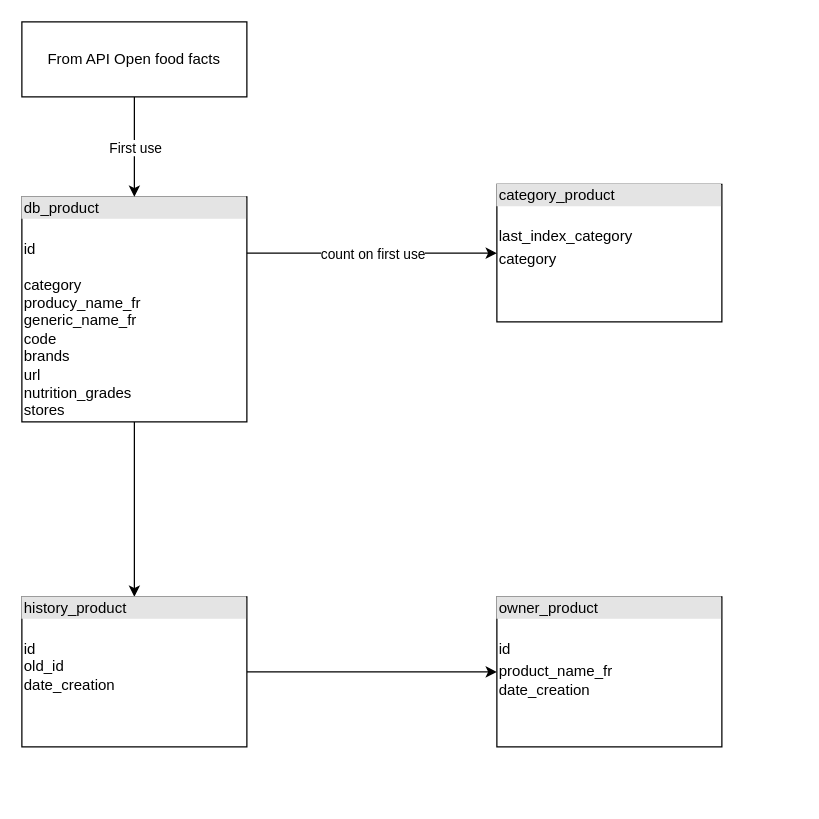
Above: page "Database design" (1 of 2) of db_diagram.drawio in Talanoc/ratatouille (draw.io), before the change. Source tidied: cells renumbered, new cells numbered last; positions are measured from the earlier drawing's top-left corner, leaving out a move shared by most shapes. Both pictures are drawn from the tidied source at 125%, with x=0, y=0 at pixel (21, 21).
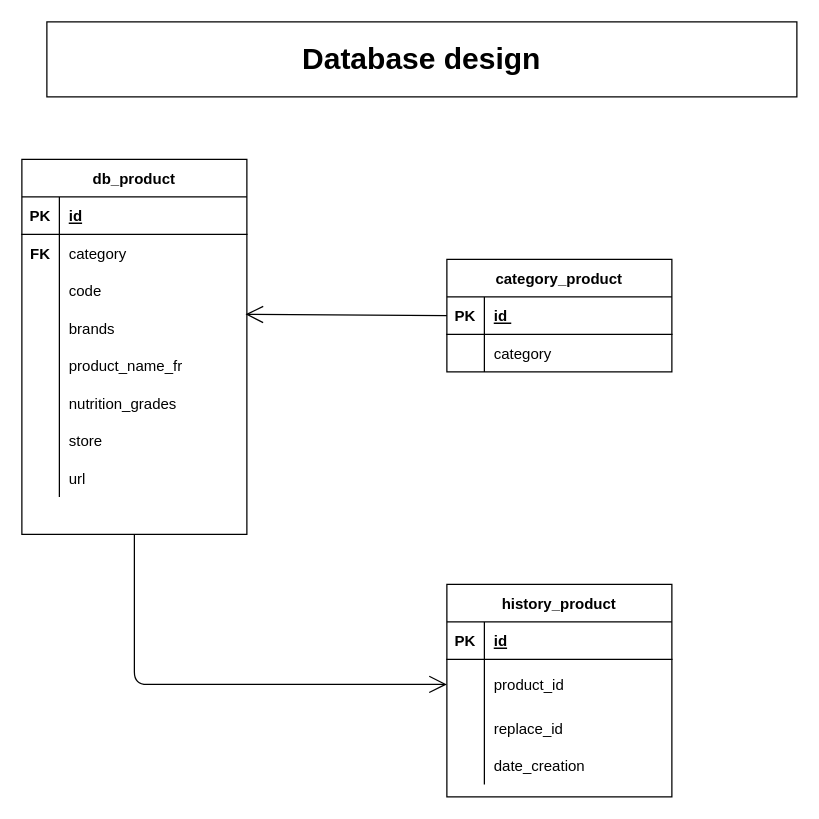
Above is the later version.

Diff of the diagram source:
```diff
@@
-    <mxCell id="2" style="edgeStyle=orthogonalEdgeStyle;rounded=0;jettySize=auto;html=1;exitX=0.5;exitY=1;exitDx=0;exitDy=0;" parent="1" edge="1" source="3" target="5">
-      <mxGeometry relative="1" as="geometry" />
-    </mxCell>
-    <mxCell id="3" value="&lt;div style=&quot;box-sizing: border-box ; width: 100% ; background: #e4e4e4 ; padding: 2px&quot;&gt;db_product&lt;/div&gt;&lt;table style=&quot;width: 100% ; font-size: 1em&quot; cellpadding=&quot;2&quot; cellspacing=&quot;0&quot;&gt;&lt;tbody&gt;&lt;tr&gt;&lt;td&gt;&lt;br&gt;id&lt;br&gt;&lt;br&gt;category&lt;br&gt;producy_name_fr&lt;br&gt;generic_name_fr&lt;br&gt;code&lt;br&gt;brands&lt;br&gt;url&lt;br&gt;nutrition_grades&lt;br&gt;stores&lt;br&gt;&lt;br&gt;&lt;/td&gt;&lt;td&gt;&lt;br&gt;&lt;/td&gt;&lt;/tr&gt;&lt;tr&gt;&lt;td&gt;&lt;br&gt;&lt;/td&gt;&lt;td&gt;&lt;br&gt;&lt;/td&gt;&lt;/tr&gt;&lt;tr&gt;&lt;td&gt;&lt;/td&gt;&lt;td&gt;&lt;br&gt;&lt;/td&gt;&lt;/tr&gt;&lt;/tbody&gt;&lt;/table&gt;" style="verticalAlign=top;align=left;overflow=fill;html=1;" parent="1" vertex="1">
-      <mxGeometry y="140" width="180" height="180" as="geometry" />
-    </mxCell>
-    <mxCell id="4" style="edgeStyle=orthogonalEdgeStyle;rounded=0;jettySize=auto;html=1;exitX=1;exitY=0.5;exitDx=0;exitDy=0;" parent="1" edge="1" source="5" target="7">
-      <mxGeometry relative="1" as="geometry" />
-    </mxCell>
-    <mxCell id="5" value="&lt;div style=&quot;box-sizing: border-box ; width: 100% ; background: #e4e4e4 ; padding: 2px&quot;&gt;history_product&lt;/div&gt;&lt;table style=&quot;width: 100% ; font-size: 1em&quot; cellpadding=&quot;2&quot; cellspacing=&quot;0&quot;&gt;&lt;tbody&gt;&lt;tr&gt;&lt;td&gt;&lt;br&gt;id&lt;br&gt;old_id&lt;br&gt;date_creation&lt;br&gt;&lt;br&gt;&lt;br&gt;&lt;br&gt;&lt;/td&gt;&lt;td&gt;&lt;br&gt;&lt;/td&gt;&lt;/tr&gt;&lt;tr&gt;&lt;td&gt;&lt;br&gt;&lt;/td&gt;&lt;td&gt;&lt;br&gt;&lt;/td&gt;&lt;/tr&gt;&lt;tr&gt;&lt;td&gt;&lt;/td&gt;&lt;td&gt;&lt;br&gt;&lt;/td&gt;&lt;/tr&gt;&lt;/tbody&gt;&lt;/table&gt;" style="verticalAlign=top;align=left;overflow=fill;html=1;" parent="1" vertex="1">
-      <mxGeometry y="460" width="180" height="120" as="geometry" />
-    </mxCell>
-    <mxCell id="6" value="&lt;div style=&quot;box-sizing: border-box ; width: 100% ; background: #e4e4e4 ; padding: 2px&quot;&gt;category_product&lt;/div&gt;&lt;table style=&quot;width: 100% ; font-size: 1em&quot; cellpadding=&quot;2&quot; cellspacing=&quot;0&quot;&gt;&lt;tbody&gt;&lt;tr&gt;&lt;td&gt;&lt;br&gt;last_index_category&lt;/td&gt;&lt;td&gt;&lt;br&gt;&lt;/td&gt;&lt;/tr&gt;&lt;tr&gt;&lt;td&gt;category&lt;br&gt;&lt;/td&gt;&lt;td&gt;&lt;/td&gt;&lt;/tr&gt;&lt;tr&gt;&lt;td&gt;&lt;br&gt;&lt;/td&gt;&lt;td&gt;&lt;/td&gt;&lt;/tr&gt;&lt;/tbody&gt;&lt;/table&gt;" style="verticalAlign=top;align=left;overflow=fill;html=1;" parent="1" vertex="1">
-      <mxGeometry x="380" y="130" width="180" height="110" as="geometry" />
-    </mxCell>
-    <mxCell id="7" value="&lt;div style=&quot;box-sizing: border-box ; width: 100% ; background: #e4e4e4 ; padding: 2px&quot;&gt;owner_product&lt;/div&gt;&lt;table style=&quot;width: 100% ; font-size: 1em&quot; cellpadding=&quot;2&quot; cellspacing=&quot;0&quot;&gt;&lt;tbody&gt;&lt;tr&gt;&lt;td&gt;&lt;br&gt;id&lt;br&gt;&lt;/td&gt;&lt;td&gt;&lt;br&gt;&lt;/td&gt;&lt;/tr&gt;&lt;tr&gt;&lt;td&gt;product_name_fr&lt;br&gt;date_creation&lt;br&gt;&lt;br&gt;&lt;/td&gt;&lt;td&gt;&lt;/td&gt;&lt;/tr&gt;&lt;tr&gt;&lt;td&gt;&lt;br&gt;&lt;/td&gt;&lt;td&gt;&lt;/td&gt;&lt;/tr&gt;&lt;/tbody&gt;&lt;/table&gt;" style="verticalAlign=top;align=left;overflow=fill;html=1;" parent="1" vertex="1">
-      <mxGeometry x="380" y="460" width="180" height="120" as="geometry" />
-    </mxCell>
-    <mxCell id="8" value="From API Open food facts" style="rounded=0;whiteSpace=wrap;html=1;" parent="1" vertex="1">
-      <mxGeometry width="180" height="60" as="geometry" />
-    </mxCell>
-    <mxCell id="9" style="endArrow=classic;html=1;exitX=0.5;exitY=1;exitDx=0;exitDy=0;entryX=0.5;entryY=0;entryDx=0;entryDy=0;" parent="1" edge="1" source="8" target="3">
-      <mxGeometry relative="1" as="geometry" />
-    </mxCell>
-    <mxCell id="10" value="First use" style="edgeLabel;html=1;align=center;verticalAlign=middle;" parent="9" vertex="1">
-      <mxGeometry relative="1" as="geometry" />
-    </mxCell>
-    <mxCell id="11" style="endArrow=classic;html=1;exitX=1;exitY=0.25;exitDx=0;exitDy=0;entryX=0;entryY=0.5;entryDx=0;entryDy=0;" parent="1" edge="1" source="3" target="6">
-      <mxGeometry relative="1" as="geometry" />
-    </mxCell>
-    <mxCell id="12" value="count on first use" style="edgeLabel;html=1;align=center;verticalAlign=middle;" parent="11" vertex="1">
-      <mxGeometry relative="1" as="geometry" />
-    </mxCell>
+    <mxCell id="13" value="db_product" style="shape=table;startSize=30;childLayout=tableLayout;rowLines=0;fontStyle=1;align=center;" parent="1" vertex="1">
+      <mxGeometry y="110" width="180" height="300" as="geometry" />
+    </mxCell>
+    <mxCell id="14" style="shape=partialRectangle;fillColor=none;top=0;left=0;bottom=1;right=0;" parent="13" vertex="1">
+      <mxGeometry y="30" width="180" height="30" as="geometry" />
+    </mxCell>
+    <mxCell id="15" value="PK" style="shape=partialRectangle;fillColor=none;top=0;left=0;bottom=0;right=0;fontStyle=1;overflow=hidden;" parent="14" vertex="1">
+      <mxGeometry width="30" height="30" as="geometry" />
+    </mxCell>
+    <mxCell id="16" value="id" style="shape=partialRectangle;fillColor=none;top=0;left=0;bottom=0;right=0;align=left;spacingLeft=6;fontStyle=5;overflow=hidden;" parent="14" vertex="1">
+      <mxGeometry x="30" width="150" height="30" as="geometry" />
+    </mxCell>
+    <mxCell id="17" style="shape=partialRectangle;fillColor=none;top=0;left=0;bottom=0;right=0;" parent="13" vertex="1">
+      <mxGeometry y="60" width="180" height="30" as="geometry" />
+    </mxCell>
+    <mxCell id="18" value="FK" style="shape=partialRectangle;fillColor=none;top=0;left=0;bottom=0;right=0;overflow=hidden;fontStyle=1;" parent="17" vertex="1">
+      <mxGeometry width="30" height="30" as="geometry" />
+    </mxCell>
+    <mxCell id="19" value="category" style="shape=partialRectangle;fillColor=none;top=0;left=0;bottom=0;right=0;align=left;spacingLeft=6;overflow=hidden;" parent="17" vertex="1">
+      <mxGeometry x="30" width="150" height="30" as="geometry" />
+    </mxCell>
+    <mxCell id="20" style="shape=partialRectangle;fillColor=none;top=0;left=0;bottom=0;right=0;" parent="13" vertex="1">
+      <mxGeometry y="90" width="180" height="30" as="geometry" />
+    </mxCell>
+    <mxCell id="21" style="shape=partialRectangle;fillColor=none;top=0;left=0;bottom=0;right=0;overflow=hidden;" parent="20" vertex="1">
+      <mxGeometry width="30" height="30" as="geometry" />
+    </mxCell>
+    <mxCell id="22" value="code" style="shape=partialRectangle;fillColor=none;top=0;left=0;bottom=0;right=0;align=left;spacingLeft=6;overflow=hidden;" parent="20" vertex="1">
+      <mxGeometry x="30" width="150" height="30" as="geometry" />
+    </mxCell>
+    <mxCell id="23" style="shape=partialRectangle;fillColor=none;top=0;left=0;bottom=0;right=0;points=[[0,0.5],[1,0.5]];portConstraint=eastwest;" parent="13" vertex="1">
+      <mxGeometry y="120" width="180" height="30" as="geometry" />
+    </mxCell>
+    <mxCell id="24" style="shape=partialRectangle;fillColor=none;top=0;left=0;bottom=0;right=0;overflow=hidden;" parent="23" vertex="1">
+      <mxGeometry width="30" height="30" as="geometry" />
+    </mxCell>
+    <mxCell id="25" value="brands" style="shape=partialRectangle;fillColor=none;top=0;left=0;bottom=0;right=0;align=left;spacingLeft=6;overflow=hidden;" parent="23" vertex="1">
+      <mxGeometry x="30" width="150" height="30" as="geometry" />
+    </mxCell>
+    <mxCell id="26" style="shape=partialRectangle;fillColor=none;top=0;left=0;bottom=0;right=0;" parent="13" vertex="1">
+      <mxGeometry y="150" width="180" height="30" as="geometry" />
+    </mxCell>
+    <mxCell id="27" style="shape=partialRectangle;fillColor=none;top=0;left=0;bottom=0;right=0;overflow=hidden;" parent="26" vertex="1">
+      <mxGeometry width="30" height="30" as="geometry" />
+    </mxCell>
+    <mxCell id="28" value="product_name_fr" style="shape=partialRectangle;fillColor=none;top=0;left=0;bottom=0;right=0;align=left;spacingLeft=6;overflow=hidden;" parent="26" vertex="1">
+      <mxGeometry x="30" width="150" height="30" as="geometry" />
+    </mxCell>
+    <mxCell id="29" style="shape=partialRectangle;fillColor=none;top=0;left=0;bottom=0;right=0;" parent="13" vertex="1">
+      <mxGeometry y="180" width="180" height="30" as="geometry" />
+    </mxCell>
+    <mxCell id="30" style="shape=partialRectangle;fillColor=none;top=0;left=0;bottom=0;right=0;overflow=hidden;" parent="29" vertex="1">
+      <mxGeometry width="30" height="30" as="geometry" />
+    </mxCell>
+    <mxCell id="31" value="nutrition_grades" style="shape=partialRectangle;fillColor=none;top=0;left=0;bottom=0;right=0;align=left;spacingLeft=6;overflow=hidden;" parent="29" vertex="1">
+      <mxGeometry x="30" width="150" height="30" as="geometry" />
+    </mxCell>
+    <mxCell id="32" style="shape=partialRectangle;fillColor=none;top=0;left=0;bottom=0;right=0;" parent="13" vertex="1">
+      <mxGeometry y="210" width="180" height="30" as="geometry" />
+    </mxCell>
+    <mxCell id="33" style="shape=partialRectangle;fillColor=none;top=0;left=0;bottom=0;right=0;overflow=hidden;" parent="32" vertex="1">
+      <mxGeometry width="30" height="30" as="geometry" />
+    </mxCell>
+    <mxCell id="34" value="store" style="shape=partialRectangle;fillColor=none;top=0;left=0;bottom=0;right=0;align=left;spacingLeft=6;overflow=hidden;" parent="32" vertex="1">
+      <mxGeometry x="30" width="150" height="30" as="geometry" />
+    </mxCell>
+    <mxCell id="35" style="shape=partialRectangle;fillColor=none;top=0;left=0;bottom=0;right=0;" parent="13" vertex="1">
+      <mxGeometry y="240" width="180" height="30" as="geometry" />
+    </mxCell>
+    <mxCell id="36" style="shape=partialRectangle;fillColor=none;top=0;left=0;bottom=0;right=0;overflow=hidden;" parent="35" vertex="1">
+      <mxGeometry width="30" height="30" as="geometry" />
+    </mxCell>
+    <mxCell id="37" value="url" style="shape=partialRectangle;fillColor=none;top=0;left=0;bottom=0;right=0;align=left;spacingLeft=6;overflow=hidden;" parent="35" vertex="1">
+      <mxGeometry x="30" width="150" height="30" as="geometry" />
+    </mxCell>
+    <mxCell id="38" value="category_product" style="shape=table;startSize=30;childLayout=tableLayout;rowLines=0;fontStyle=1;align=center;" parent="1" vertex="1">
+      <mxGeometry x="340" y="190" width="180" height="90" as="geometry" />
+    </mxCell>
+    <mxCell id="39" style="shape=partialRectangle;fillColor=none;top=0;left=0;bottom=1;right=0;points=[[0,0.5],[1,0.5]];portConstraint=eastwest;" parent="38" vertex="1">
+      <mxGeometry y="30" width="180" height="30" as="geometry" />
+    </mxCell>
+    <mxCell id="40" value="PK" style="shape=partialRectangle;fillColor=none;top=0;left=0;bottom=0;right=0;fontStyle=1;overflow=hidden;" parent="39" vertex="1">
+      <mxGeometry width="30" height="30" as="geometry" />
+    </mxCell>
+    <mxCell id="41" value="id " style="shape=partialRectangle;fillColor=none;top=0;left=0;bottom=0;right=0;align=left;spacingLeft=6;fontStyle=5;overflow=hidden;" parent="39" vertex="1">
+      <mxGeometry x="30" width="150" height="30" as="geometry" />
+    </mxCell>
+    <mxCell id="42" style="shape=partialRectangle;fillColor=none;top=0;left=0;bottom=0;right=0;" parent="38" vertex="1">
+      <mxGeometry y="60" width="180" height="30" as="geometry" />
+    </mxCell>
+    <mxCell id="43" style="shape=partialRectangle;fillColor=none;top=0;left=0;bottom=0;right=0;overflow=hidden;" parent="42" vertex="1">
+      <mxGeometry width="30" height="30" as="geometry" />
+    </mxCell>
+    <mxCell id="44" value="category" style="shape=partialRectangle;fillColor=none;top=0;left=0;bottom=0;right=0;align=left;spacingLeft=6;overflow=hidden;" parent="42" vertex="1">
+      <mxGeometry x="30" width="150" height="30" as="geometry" />
+    </mxCell>
+    <mxCell id="45" value="history_product" style="shape=table;startSize=30;childLayout=tableLayout;rowLines=0;fontStyle=1;align=center;" parent="1" vertex="1">
+      <mxGeometry x="340" y="450" width="180" height="170" as="geometry" />
+    </mxCell>
+    <mxCell id="46" style="shape=partialRectangle;fillColor=none;top=0;left=0;bottom=1;right=0;" parent="45" vertex="1">
+      <mxGeometry y="30" width="180" height="30" as="geometry" />
+    </mxCell>
+    <mxCell id="47" value="PK" style="shape=partialRectangle;fillColor=none;top=0;left=0;bottom=0;right=0;fontStyle=1;overflow=hidden;" parent="46" vertex="1">
+      <mxGeometry width="30" height="30" as="geometry" />
+    </mxCell>
+    <mxCell id="48" value="id" style="shape=partialRectangle;fillColor=none;top=0;left=0;bottom=0;right=0;align=left;spacingLeft=6;fontStyle=5;overflow=hidden;" parent="46" vertex="1">
+      <mxGeometry x="30" width="150" height="30" as="geometry" />
+    </mxCell>
+    <mxCell id="49" style="shape=partialRectangle;fillColor=none;top=0;left=0;bottom=0;right=0;points=[[0,0.5],[1,0.5]];portConstraint=eastwest;" parent="45" vertex="1">
+      <mxGeometry y="60" width="180" height="40" as="geometry" />
+    </mxCell>
+    <mxCell id="50" style="shape=partialRectangle;fillColor=none;top=0;left=0;bottom=0;right=0;overflow=hidden;" parent="49" vertex="1">
+      <mxGeometry width="30" height="40" as="geometry" />
+    </mxCell>
+    <mxCell id="51" value="product_id" style="shape=partialRectangle;fillColor=none;top=0;left=0;bottom=0;right=0;align=left;spacingLeft=6;overflow=hidden;" parent="49" vertex="1">
+      <mxGeometry x="30" width="150" height="40" as="geometry" />
+    </mxCell>
+    <mxCell id="52" style="shape=partialRectangle;fillColor=none;top=0;left=0;bottom=0;right=0;" parent="45" vertex="1">
+      <mxGeometry y="100" width="180" height="30" as="geometry" />
+    </mxCell>
+    <mxCell id="53" style="shape=partialRectangle;fillColor=none;top=0;left=0;bottom=0;right=0;overflow=hidden;" parent="52" vertex="1">
+      <mxGeometry width="30" height="30" as="geometry" />
+    </mxCell>
+    <mxCell id="54" value="replace_id" style="shape=partialRectangle;fillColor=none;top=0;left=0;bottom=0;right=0;align=left;spacingLeft=6;overflow=hidden;" parent="52" vertex="1">
+      <mxGeometry x="30" width="150" height="30" as="geometry" />
+    </mxCell>
+    <mxCell id="55" style="shape=partialRectangle;fillColor=none;top=0;left=0;bottom=0;right=0;" parent="45" vertex="1">
+      <mxGeometry y="130" width="180" height="30" as="geometry" />
+    </mxCell>
+    <mxCell id="56" style="shape=partialRectangle;fillColor=none;top=0;left=0;bottom=0;right=0;overflow=hidden;" parent="55" vertex="1">
+      <mxGeometry width="30" height="30" as="geometry" />
+    </mxCell>
+    <mxCell id="57" value="date_creation" style="shape=partialRectangle;fillColor=none;top=0;left=0;bottom=0;right=0;align=left;spacingLeft=6;overflow=hidden;" parent="55" vertex="1">
+      <mxGeometry x="30" width="150" height="30" as="geometry" />
+    </mxCell>
+    <mxCell id="58" style="endArrow=open;endFill=1;endSize=12;html=1;exitX=0;exitY=0.5;exitDx=0;exitDy=0;entryX=0.994;entryY=0.133;entryDx=0;entryDy=0;entryPerimeter=0;" parent="1" edge="1" source="39" target="23">
+      <mxGeometry relative="1" as="geometry" />
+    </mxCell>
+    <mxCell id="59" style="endArrow=open;endFill=1;endSize=12;html=1;exitX=0.5;exitY=1;exitDx=0;exitDy=0;entryX=0;entryY=0.5;entryDx=0;entryDy=0;" parent="1" edge="1" source="13" target="49">
+      <mxGeometry relative="1" as="geometry">
+        <Array as="points">
+          <mxPoint x="90" y="530" />
+        </Array>
+      </mxGeometry>
+    </mxCell>
+    <mxCell id="60" value="&lt;font style=&quot;font-size: 24px&quot;&gt;&lt;b&gt;Database design&lt;/b&gt;&lt;/font&gt;" style="rounded=0;whiteSpace=wrap;html=1;" parent="1" vertex="1">
+      <mxGeometry x="20" width="600" height="60" as="geometry" />
+    </mxCell>
```
